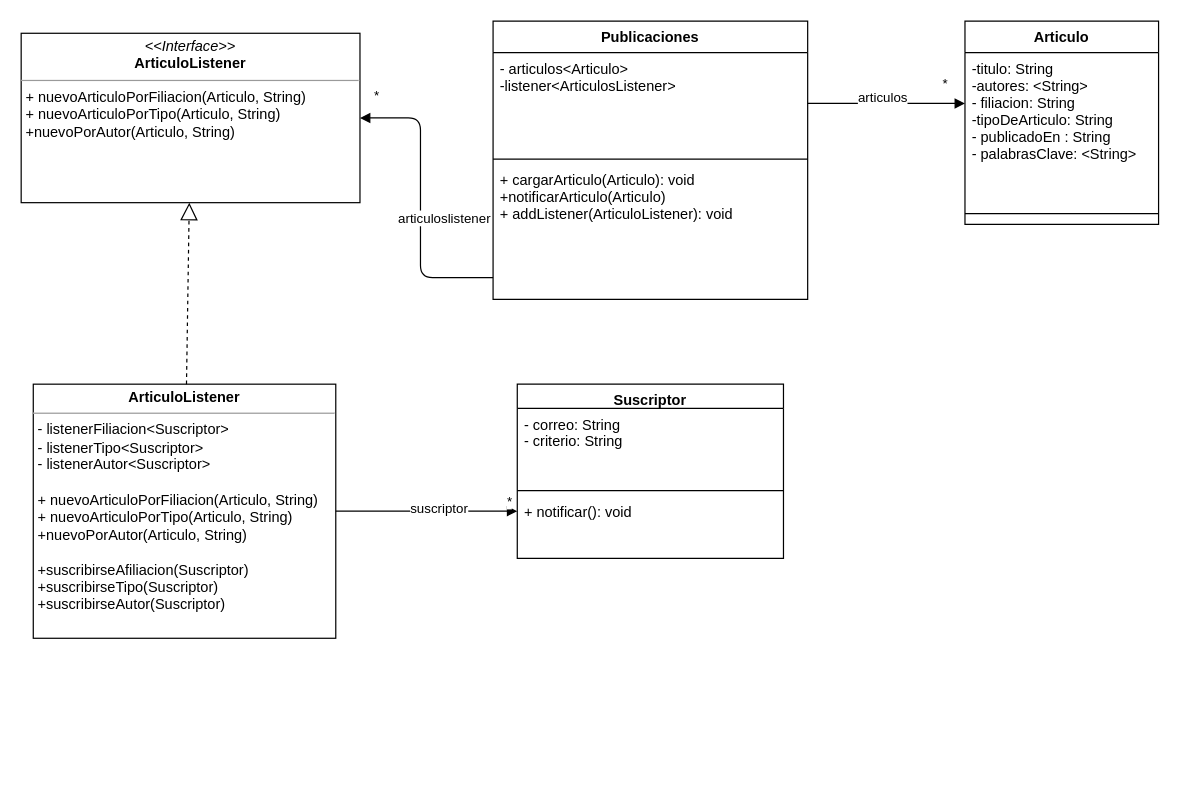
This is src/tpObserver/unq/ejercicios/1-Publicaciones-UML.drawio from CundariNicolas/unqui-poo2-cundari, a draw.io file, before an edit. Source tidied: cells renumbered, new cells numbered last; positions are measured from the earlier drawing's top-left corner, leaving out a move shared by most shapes. Both pictures are drawn from the tidied source at 121%, with x=0, y=0 at pixel (21, 21).
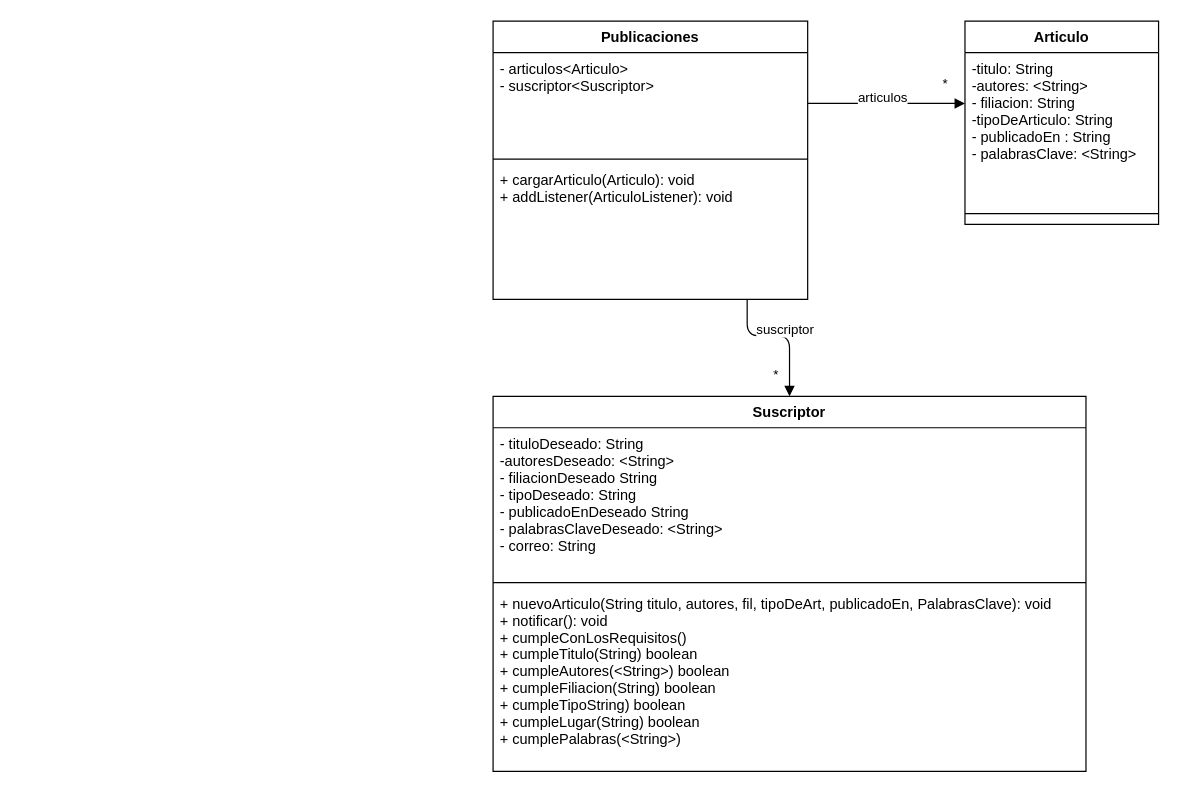
The same page after the edit.

The change refers to these unchanged cells:
```xml
<mxCell id="2" value="Publicaciones" style="swimlane;fontStyle=1;align=center;verticalAlign=top;horizontal=1;startSize=26;" parent="1" vertex="1">
  <mxGeometry x="390" width="260" height="230" as="geometry" />
</mxCell>
```

The edit, as a diff of the source:
```diff
@@
-    <mxCell id="3" value="- articulos&lt;Articulo&gt;&#10;-listener&lt;ArticulosListener&gt;" style="text;strokeColor=none;fillColor=none;align=left;verticalAlign=top;spacingLeft=4;spacingRight=4;overflow=hidden;points=[[0,0.5],[1,0.5]];portConstraint=eastwest;" parent="2" vertex="1">
+    <mxCell id="3" value="- articulos&lt;Articulo&gt;&#10;- suscriptor&lt;Suscriptor&gt;" style="text;strokeColor=none;fillColor=none;align=left;verticalAlign=top;spacingLeft=4;spacingRight=4;overflow=hidden;points=[[0,0.5],[1,0.5]];portConstraint=eastwest;" parent="2" vertex="1">
       <mxGeometry y="26" width="260" height="84" as="geometry" />
     </mxCell>
@@
-    <mxCell id="5" value="+ cargarArticulo(Articulo): void&#10;+notificarArticulo(Articulo)&#10;+ addListener(ArticuloListener): void" style="text;strokeColor=none;fillColor=none;align=left;verticalAlign=top;spacingLeft=4;spacingRight=4;overflow=hidden;" parent="2" vertex="1">
+    <mxCell id="5" value="+ cargarArticulo(Articulo): void&#10;+ addListener(ArticuloListener): void" style="text;strokeColor=none;fillColor=none;align=left;verticalAlign=top;spacingLeft=4;spacingRight=4;overflow=hidden;" parent="2" vertex="1">
       <mxGeometry y="118" width="260" height="112" as="geometry" />
     </mxCell>
@@
-    <mxCell id="11" value="&lt;p style=&quot;margin: 0px ; margin-top: 4px ; text-align: center&quot;&gt;&lt;i&gt;&amp;lt;&amp;lt;Interface&amp;gt;&amp;gt;&lt;/i&gt;&lt;br&gt;&lt;b&gt;ArticuloListener&lt;/b&gt;&lt;/p&gt;&lt;hr size=&quot;1&quot;&gt;&lt;p style=&quot;margin: 0px ; margin-left: 4px&quot;&gt;&lt;/p&gt;&lt;p style=&quot;margin: 0px ; margin-left: 4px&quot;&gt;+ nuevoArticuloPorFiliacion(Articulo, String)&lt;/p&gt;&lt;p style=&quot;margin: 0px ; margin-left: 4px&quot;&gt;+ nuevoArticuloPorTipo(Articulo, String)&lt;/p&gt;&lt;p style=&quot;margin: 0px ; margin-left: 4px&quot;&gt;+nuevoPorAutor(Articulo, String)&lt;/p&gt;" style="verticalAlign=top;align=left;overflow=fill;fontSize=12;fontFamily=Helvetica;html=1;" parent="1" vertex="1">
-      <mxGeometry y="10" width="280" height="140" as="geometry" />
-    </mxCell>
-    <mxCell id="12" value="articuloslistener" style="endArrow=block;endFill=1;html=1;edgeStyle=orthogonalEdgeStyle;align=left;verticalAlign=top;" parent="1" edge="1" source="2" target="11">
-      <mxGeometry x="0.01" y="20" relative="1" as="geometry">
-        <Array as="points">
-          <mxPoint x="330" y="212" />
-          <mxPoint x="330" y="80" />
-        </Array>
-      </mxGeometry>
-    </mxCell>
-    <mxCell id="13" value="*" style="edgeLabel;html=1;align=left;verticalAlign=bottom;" parent="12" vertex="1">
-      <mxGeometry x="-1" relative="1" as="geometry">
-        <mxPoint x="-100" y="-142" as="offset" />
-      </mxGeometry>
-    </mxCell>
-    <mxCell id="14" value="&lt;p style=&quot;margin: 0px ; margin-top: 4px ; text-align: center&quot;&gt;&lt;b&gt;ArticuloListener&lt;/b&gt;&lt;/p&gt;&lt;hr size=&quot;1&quot;&gt;&lt;p style=&quot;margin: 0px ; margin-left: 4px&quot;&gt;- listenerFiliacion&amp;lt;Suscriptor&amp;gt;&lt;/p&gt;&lt;p style=&quot;margin: 0px ; margin-left: 4px&quot;&gt;- listenerTipo&amp;lt;Suscriptor&amp;gt;&lt;/p&gt;&lt;p style=&quot;margin: 0px ; margin-left: 4px&quot;&gt;- listenerAutor&amp;lt;Suscriptor&amp;gt;&lt;/p&gt;&lt;p style=&quot;margin: 0px ; margin-left: 4px&quot;&gt;&lt;br&gt;&lt;/p&gt;&lt;p style=&quot;margin: 0px 0px 0px 4px&quot;&gt;+ nuevoArticuloPorFiliacion(Articulo, String)&lt;/p&gt;&lt;p style=&quot;margin: 0px 0px 0px 4px&quot;&gt;+ nuevoArticuloPorTipo(Articulo, String)&lt;/p&gt;&lt;p style=&quot;margin: 0px 0px 0px 4px&quot;&gt;+nuevoPorAutor(Articulo, String)&lt;/p&gt;&lt;p style=&quot;margin: 0px 0px 0px 4px&quot;&gt;&lt;br&gt;&lt;/p&gt;&lt;p style=&quot;margin: 0px 0px 0px 4px&quot;&gt;+suscribirseAfiliacion(Suscriptor)&lt;/p&gt;&lt;p style=&quot;margin: 0px 0px 0px 4px&quot;&gt;+suscribirseTipo(Suscriptor)&lt;/p&gt;&lt;p style=&quot;margin: 0px 0px 0px 4px&quot;&gt;+suscribirseAutor(Suscriptor)&lt;/p&gt;" style="verticalAlign=top;align=left;overflow=fill;fontSize=12;fontFamily=Helvetica;html=1;" parent="1" vertex="1">
-      <mxGeometry x="10" y="300" width="250" height="210" as="geometry" />
-    </mxCell>
-    <mxCell id="15" style="endArrow=block;dashed=1;endFill=0;endSize=12;html=1;" parent="1" edge="1" source="14" target="11">
-      <mxGeometry relative="1" as="geometry" />
-    </mxCell>
-    <mxCell id="16" value="Suscriptor" style="swimlane;fontStyle=1;align=center;verticalAlign=top;horizontal=1;startSize=20;" parent="1" vertex="1">
-      <mxGeometry x="410" y="300" width="220" height="144" as="geometry" />
+    <mxCell id="16" value="Suscriptor" style="swimlane;fontStyle=1;align=center;verticalAlign=top;horizontal=1;startSize=26;" parent="1" vertex="1">
+      <mxGeometry x="390" y="310" width="490" height="310" as="geometry" />
     </mxCell>
-    <mxCell id="17" value="- correo: String&#10;- criterio: String" style="text;strokeColor=none;fillColor=none;align=left;verticalAlign=top;spacingLeft=4;spacingRight=4;overflow=hidden;" parent="16" vertex="1">
-      <mxGeometry y="20" width="220" height="64" as="geometry" />
-    </mxCell>
-    <mxCell id="18" style="line;strokeWidth=1;fillColor=none;align=left;verticalAlign=middle;spacingTop=-1;spacingLeft=3;spacingRight=3;labelPosition=right;" parent="16" vertex="1">
-      <mxGeometry y="84" width="220" height="8" as="geometry" />
-    </mxCell>
-    <mxCell id="19" value="+ notificar(): void&#10;" style="text;strokeColor=none;fillColor=none;align=left;verticalAlign=top;spacingLeft=4;spacingRight=4;overflow=hidden;fontStyle=0;" parent="16" vertex="1">
-      <mxGeometry y="92" width="220" height="52" as="geometry" />
-    </mxCell>
+    <mxCell id="22" value="- tituloDeseado: String&#10;-autoresDeseado: &lt;String&gt;&#10;- filiacionDeseado String&#10;- tipoDeseado: String&#10;- publicadoEnDeseado String&#10;- palabrasClaveDeseado: &lt;String&gt;&#10;- correo: String" style="text;strokeColor=none;fillColor=none;align=left;verticalAlign=top;spacingLeft=4;spacingRight=4;overflow=hidden;" parent="16" vertex="1">
+      <mxGeometry y="26" width="490" height="124" as="geometry" />
+    </mxCell>
+    <mxCell id="23" style="line;strokeWidth=1;fillColor=none;align=left;verticalAlign=middle;spacingTop=-1;spacingLeft=3;spacingRight=3;labelPosition=right;" parent="16" vertex="1">
+      <mxGeometry y="150" width="490" height="8" as="geometry" />
+    </mxCell>
+    <mxCell id="24" value="+ nuevoArticulo(String titulo, autores, fil, tipoDeArt, publicadoEn, PalabrasClave): void&#10;+ notificar(): void&#10;+ cumpleConLosRequisitos()&#10;+ cumpleTitulo(String) boolean&#10;+ cumpleAutores(&lt;String&gt;) boolean&#10;+ cumpleFiliacion(String) boolean&#10;+ cumpleTipoString) boolean&#10;+ cumpleLugar(String) boolean&#10;+ cumplePalabras(&lt;String&gt;)&#10;&#10;" style="text;strokeColor=none;fillColor=none;align=left;verticalAlign=top;spacingLeft=4;spacingRight=4;overflow=hidden;" parent="16" vertex="1">
+      <mxGeometry y="158" width="490" height="152" as="geometry" />
+    </mxCell>
-    <mxCell id="20" value="suscriptor" style="endArrow=block;endFill=1;html=1;edgeStyle=orthogonalEdgeStyle;align=left;verticalAlign=top;" parent="1" edge="1" source="14" target="16">
-      <mxGeometry x="-0.2" y="15" relative="1" as="geometry">
+    <mxCell id="20" value="suscriptor" style="endArrow=block;endFill=1;html=1;edgeStyle=orthogonalEdgeStyle;align=left;verticalAlign=top;" parent="1" edge="1" source="2" target="16">
+      <mxGeometry x="-0.38" y="18" relative="1" as="geometry">
         <Array as="points">
-          <mxPoint x="360" y="405" />
-          <mxPoint x="360" y="405" />
+          <mxPoint x="600" y="260" />
+          <mxPoint x="635" y="260" />
         </Array>
       </mxGeometry>
     </mxCell>
-    <mxCell id="21" value="*" style="edgeLabel;html=1;align=left;verticalAlign=bottom;" parent="20" vertex="1">
-      <mxGeometry x="-1" relative="1" as="geometry">
-        <mxPoint x="140" as="offset" />
-      </mxGeometry>
-    </mxCell>
+    <mxCell id="25" value="*" style="edgeLabel;html=1;align=left;verticalAlign=bottom;" parent="20" vertex="1">
+      <mxGeometry x="-1" relative="1" as="geometry">
+        <mxPoint x="20" y="70" as="offset" />
+      </mxGeometry>
+    </mxCell>
```
